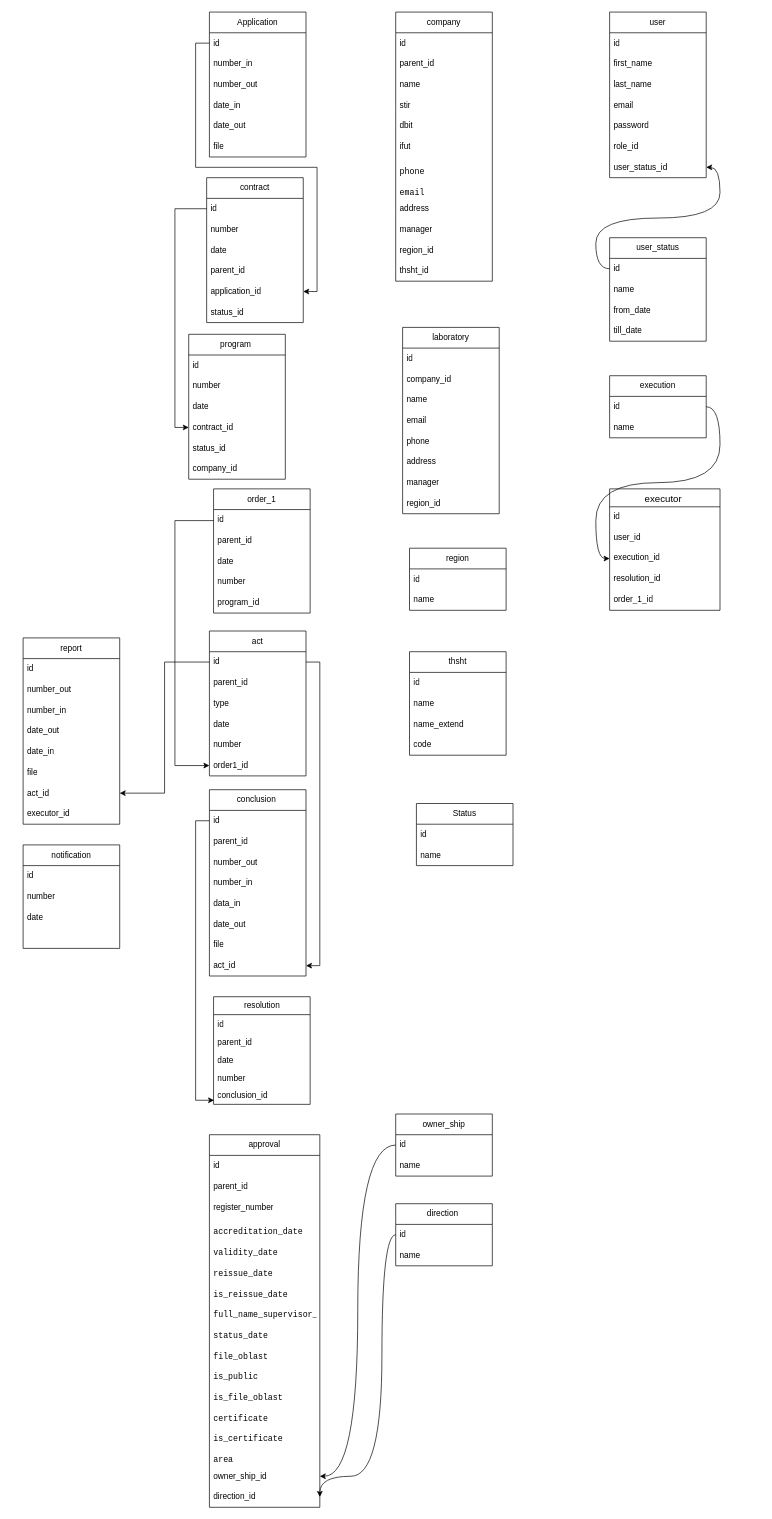
Above: Untitled Diagram.drawio in Javlonbek-dev/Time (draw.io), before the change. Source tidied: cells renumbered, new cells numbered last; positions are measured from the earlier drawing's top-left corner, leaving out a move shared by most shapes. Both pictures are drawn from the tidied source at 69%, with x=0, y=0 at pixel (23, 12).
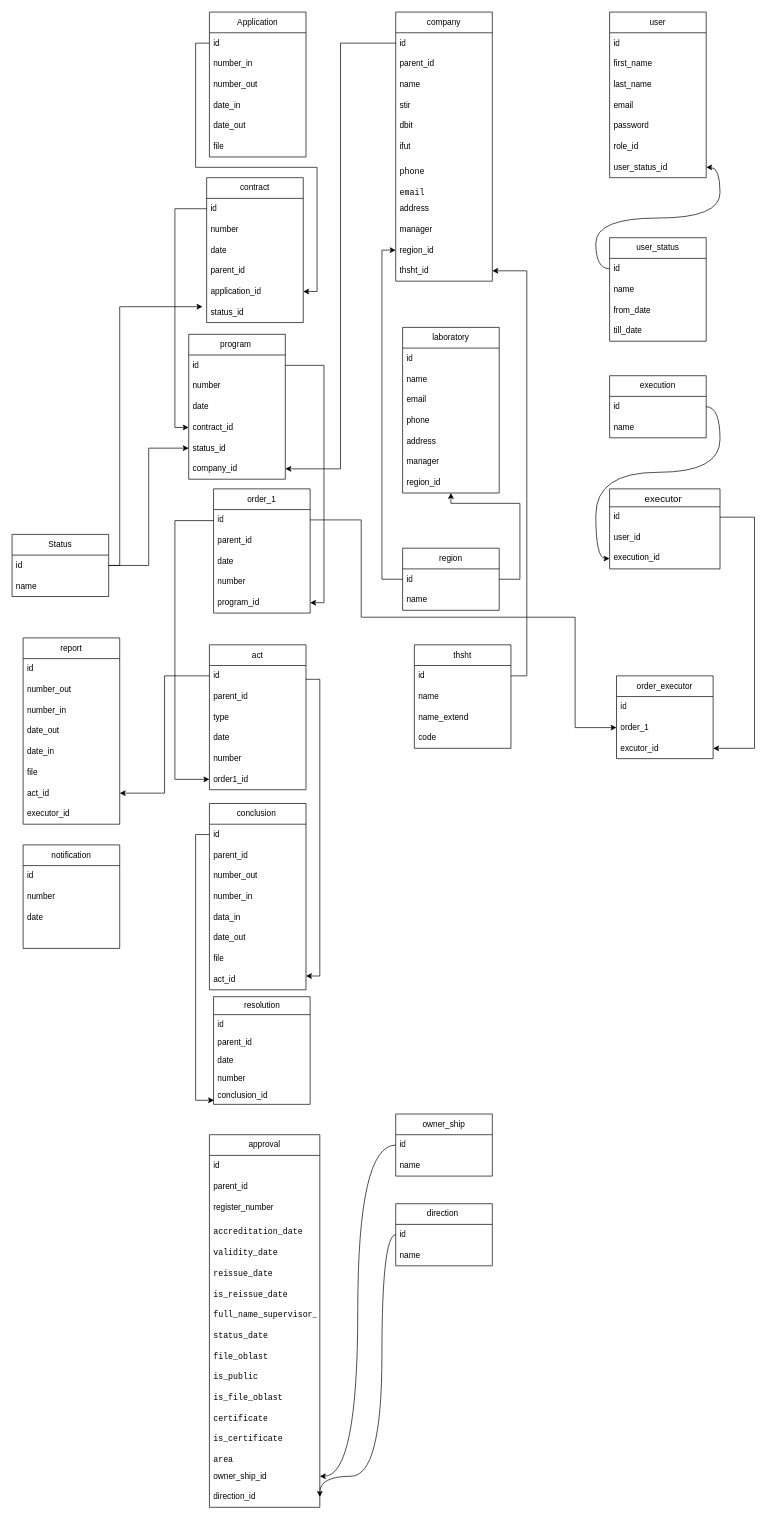
The same page after the edit.

Unchanged cells that the change refers to:
```xml
<mxCell id="3" value="id" style="text;strokeColor=none;fillColor=none;align=left;verticalAlign=middle;spacingLeft=4;spacingRight=4;overflow=hidden;points=[[0,0.5],[1,0.5]];portConstraint=eastwest;whiteSpace=wrap;html=1;" parent="2" vertex="1">
  <mxGeometry y="30" width="140" height="30" as="geometry" />
</mxCell>
<mxCell id="31" value="status_id" style="text;strokeColor=none;fillColor=none;align=left;verticalAlign=middle;spacingLeft=4;spacingRight=4;overflow=hidden;points=[[0,0.5],[1,0.5]];portConstraint=eastwest;whiteSpace=wrap;html=1;" parent="25" vertex="1">
  <mxGeometry y="180" width="140" height="30" as="geometry" />
</mxCell>
<mxCell id="33" value="id" style="text;strokeColor=none;fillColor=none;align=left;verticalAlign=middle;spacingLeft=4;spacingRight=4;overflow=hidden;points=[[0,0.5],[1,0.5]];portConstraint=eastwest;whiteSpace=wrap;html=1;" parent="32" vertex="1">
  <mxGeometry y="30" width="140" height="30" as="geometry" />
</mxCell>
<mxCell id="37" value="program_id" style="text;strokeColor=none;fillColor=none;align=left;verticalAlign=middle;spacingLeft=4;spacingRight=4;overflow=hidden;points=[[0,0.5],[1,0.5]];portConstraint=eastwest;whiteSpace=wrap;html=1;" parent="32" vertex="1">
  <mxGeometry y="150" width="140" height="30" as="geometry" />
</mxCell>
<mxCell id="39" value="id" style="text;strokeColor=none;fillColor=none;spacingLeft=4;spacingRight=4;overflow=hidden;points=[[0,0.5],[1,0.5]];portConstraint=eastwest;fontSize=12;whiteSpace=wrap;html=1;" parent="38" vertex="1">
  <mxGeometry y="26" width="160" height="30" as="geometry" />
</mxCell>
<mxCell id="41" value="execution_id" style="text;strokeColor=none;fillColor=none;spacingLeft=4;spacingRight=4;overflow=hidden;points=[[0,0.5],[1,0.5]];portConstraint=eastwest;fontSize=12;whiteSpace=wrap;html=1;" parent="38" vertex="1">
  <mxGeometry y="86" width="160" height="30" as="geometry" />
</mxCell>
<mxCell id="52" value="act_id" style="text;strokeColor=none;fillColor=none;align=left;verticalAlign=middle;spacingLeft=4;spacingRight=4;overflow=hidden;points=[[0,0.5],[1,0.5]];portConstraint=eastwest;whiteSpace=wrap;html=1;" parent="44" vertex="1">
  <mxGeometry y="240" width="140" height="30" as="geometry" />
</mxCell>
<mxCell id="63" value="id" style="text;strokeColor=none;fillColor=none;align=left;verticalAlign=middle;spacingLeft=4;spacingRight=4;overflow=hidden;points=[[0,0.5],[1,0.5]];portConstraint=eastwest;whiteSpace=wrap;html=1;" parent="62" vertex="1">
  <mxGeometry y="30" width="140" height="30" as="geometry" />
</mxCell>
<mxCell id="95" value="id" style="text;align=left;verticalAlign=middle;spacingLeft=4;spacingRight=4;overflow=hidden;points=[[0,0.5],[1,0.5]];portConstraint=eastwest;whiteSpace=wrap;html=1;" parent="94" vertex="1">
  <mxGeometry y="30" width="140" height="30" as="geometry" />
</mxCell>
<mxCell id="99" value="status_id" style="text;align=left;verticalAlign=middle;spacingLeft=4;spacingRight=4;overflow=hidden;points=[[0,0.5],[1,0.5]];portConstraint=eastwest;whiteSpace=wrap;html=1;" parent="94" vertex="1">
  <mxGeometry y="150" width="140" height="30" as="geometry" />
</mxCell>
<mxCell id="100" value="company_id" style="text;align=left;verticalAlign=middle;spacingLeft=4;spacingRight=4;overflow=hidden;points=[[0,0.5],[1,0.5]];portConstraint=eastwest;whiteSpace=wrap;html=1;" parent="94" vertex="1">
  <mxGeometry y="180" width="140" height="30" as="geometry" />
</mxCell>
<mxCell id="102" value="id" style="text;align=left;verticalAlign=middle;spacingLeft=4;spacingRight=4;overflow=hidden;points=[[0,0.5],[1,0.5]];portConstraint=eastwest;whiteSpace=wrap;html=1;" parent="101" vertex="1">
  <mxGeometry y="30" width="140" height="30" as="geometry" />
</mxCell>
<mxCell id="107" value="order1_id" style="text;align=left;verticalAlign=middle;spacingLeft=4;spacingRight=4;overflow=hidden;points=[[0,0.5],[1,0.5]];portConstraint=eastwest;whiteSpace=wrap;html=1;" parent="101" vertex="1">
  <mxGeometry y="180" width="140" height="30" as="geometry" />
</mxCell>
<mxCell id="109" value="id" style="text;strokeColor=none;fillColor=none;align=left;verticalAlign=middle;spacingLeft=4;spacingRight=4;overflow=hidden;points=[[0,0.5],[1,0.5]];portConstraint=eastwest;whiteSpace=wrap;html=1;" parent="108" vertex="1">
  <mxGeometry y="30" width="140" height="30" as="geometry" />
</mxCell>
<mxCell id="119" value="region_id" style="text;strokeColor=none;fillColor=none;align=left;verticalAlign=middle;spacingLeft=4;spacingRight=4;overflow=hidden;points=[[0,0.5],[1,0.5]];portConstraint=eastwest;whiteSpace=wrap;html=1;" parent="108" vertex="1">
  <mxGeometry y="330" width="140" height="30" as="geometry" />
</mxCell>
<mxCell id="120" value="thsht_id" style="text;strokeColor=none;fillColor=none;align=left;verticalAlign=middle;spacingLeft=4;spacingRight=4;overflow=hidden;points=[[0,0.5],[1,0.5]];portConstraint=eastwest;whiteSpace=wrap;html=1;" parent="108" vertex="1">
  <mxGeometry y="360" width="140" height="30" as="geometry" />
</mxCell>
<mxCell id="128" value="id" style="text;strokeColor=none;fillColor=none;align=left;verticalAlign=middle;spacingLeft=4;spacingRight=4;overflow=hidden;points=[[0,0.5],[1,0.5]];portConstraint=eastwest;whiteSpace=wrap;html=1;" parent="127" vertex="1">
  <mxGeometry y="30" width="140" height="30" as="geometry" />
</mxCell>
```

What changed in the source:
```diff
@@
     <mxCell id="2" value="Status" style="swimlane;fontStyle=0;horizontal=1;startSize=30;whiteSpace=wrap;html=1;" parent="1" vertex="1">
-      <mxGeometry x="570" y="1147" width="140" height="90" as="geometry" />
+      <mxGeometry x="-16" y="757" width="140" height="90" as="geometry" />
     </mxCell>
@@
     <mxCell id="38" value="executor " style="swimlane;fontStyle=0;horizontal=1;startSize=26;align=center;fontSize=14;" parent="1" vertex="1">
-      <mxGeometry x="850" y="691" width="160" height="176" as="geometry" />
+      <mxGeometry x="850" y="691" width="160" height="116" as="geometry" />
     </mxCell>
@@
-    <mxCell id="42" value="resolution_id" style="text;strokeColor=none;fillColor=none;spacingLeft=4;spacingRight=4;overflow=hidden;fontSize=12;whiteSpace=wrap;html=1;" parent="38" vertex="1">
-      <mxGeometry y="116" width="160" height="30" as="geometry" />
-    </mxCell>
-    <mxCell id="43" value="order_1_id" style="text;strokeColor=none;fillColor=none;spacingLeft=4;spacingRight=4;overflow=hidden;fontSize=12;whiteSpace=wrap;html=1;" parent="38" vertex="1">
-      <mxGeometry y="146" width="160" height="30" as="geometry" />
-    </mxCell>
     <mxCell id="44" value="conclusion&amp;nbsp;" style="swimlane;fontStyle=0;horizontal=1;startSize=30;whiteSpace=wrap;html=1;" parent="1" vertex="1">
-      <mxGeometry x="270" y="1127" width="140" height="270" as="geometry" />
+      <mxGeometry x="270" y="1147" width="140" height="270" as="geometry" />
     </mxCell>
@@
+    <mxCell id="154" style="edgeStyle=orthogonalEdgeStyle;rounded=0;jettySize=auto;html=1;" parent="1" edge="1" source="53" target="75">
+      <mxGeometry relative="1" as="geometry">
+        <Array as="points">
+          <mxPoint x="720" y="822" />
+          <mxPoint x="720" y="712" />
+        </Array>
+      </mxGeometry>
+    </mxCell>
+    <mxCell id="155" style="edgeStyle=orthogonalEdgeStyle;rounded=0;jettySize=auto;html=1;" parent="1" edge="1" source="53" target="119">
+      <mxGeometry relative="1" as="geometry">
+        <Array as="points">
+          <mxPoint x="520" y="822" />
+          <mxPoint x="520" y="345" />
+        </Array>
+      </mxGeometry>
+    </mxCell>
     <mxCell id="53" value="region" style="swimlane;fontStyle=0;horizontal=1;startSize=30;whiteSpace=wrap;html=1;" parent="1" vertex="1">
-      <mxGeometry x="560" y="777" width="140" height="90" as="geometry" />
+      <mxGeometry x="550" y="777" width="140" height="90" as="geometry" />
     </mxCell>
@@
     <mxCell id="62" value="thsht" style="swimlane;fontStyle=0;horizontal=1;startSize=30;whiteSpace=wrap;html=1;" parent="1" vertex="1">
-      <mxGeometry x="560" y="927" width="140" height="150" as="geometry" />
+      <mxGeometry x="567" y="917" width="140" height="150" as="geometry" />
     </mxCell>
@@
     <mxCell id="67" value="laboratory" style="swimlane;fontStyle=0;horizontal=1;startSize=30;whiteSpace=wrap;html=1;" parent="1" vertex="1">
-      <mxGeometry x="550" y="457" width="140" height="270" as="geometry" />
+      <mxGeometry x="550" y="457" width="140" height="240" as="geometry" />
     </mxCell>
@@
-    <mxCell id="69" value="company_id" style="text;strokeColor=none;fillColor=none;align=left;verticalAlign=middle;spacingLeft=4;spacingRight=4;overflow=hidden;whiteSpace=wrap;html=1;" parent="67" vertex="1">
-      <mxGeometry y="60" width="140" height="30" as="geometry" />
-    </mxCell>
     <mxCell id="70" value="name" style="text;strokeColor=none;fillColor=none;align=left;verticalAlign=middle;spacingLeft=4;spacingRight=4;overflow=hidden;whiteSpace=wrap;html=1;" parent="67" vertex="1">
-      <mxGeometry y="90" width="140" height="30" as="geometry" />
+      <mxGeometry y="60" width="140" height="30" as="geometry" />
     </mxCell>
     <mxCell id="71" value="email" style="text;strokeColor=none;fillColor=none;align=left;verticalAlign=middle;spacingLeft=4;spacingRight=4;overflow=hidden;whiteSpace=wrap;html=1;" parent="67" vertex="1">
-      <mxGeometry y="120" width="140" height="30" as="geometry" />
+      <mxGeometry y="90" width="140" height="30" as="geometry" />
     </mxCell>
     <mxCell id="72" value="phone" style="text;strokeColor=none;fillColor=none;align=left;verticalAlign=middle;spacingLeft=4;spacingRight=4;overflow=hidden;whiteSpace=wrap;html=1;" parent="67" vertex="1">
-      <mxGeometry y="150" width="140" height="30" as="geometry" />
+      <mxGeometry y="120" width="140" height="30" as="geometry" />
     </mxCell>
     <mxCell id="73" value="address" style="text;strokeColor=none;fillColor=none;align=left;verticalAlign=middle;spacingLeft=4;spacingRight=4;overflow=hidden;whiteSpace=wrap;html=1;" parent="67" vertex="1">
-      <mxGeometry y="180" width="140" height="30" as="geometry" />
+      <mxGeometry y="150" width="140" height="30" as="geometry" />
     </mxCell>
     <mxCell id="74" value="manager" style="text;strokeColor=none;fillColor=none;align=left;verticalAlign=middle;spacingLeft=4;spacingRight=4;overflow=hidden;whiteSpace=wrap;html=1;" parent="67" vertex="1">
-      <mxGeometry y="210" width="140" height="30" as="geometry" />
+      <mxGeometry y="180" width="140" height="30" as="geometry" />
     </mxCell>
     <mxCell id="75" value="region_id" style="text;strokeColor=none;fillColor=none;align=left;verticalAlign=middle;spacingLeft=4;spacingRight=4;overflow=hidden;points=[[0,0.5],[1,0.5]];portConstraint=eastwest;whiteSpace=wrap;html=1;" parent="67" vertex="1">
-      <mxGeometry y="240" width="140" height="30" as="geometry" />
+      <mxGeometry y="210" width="140" height="30" as="geometry" />
     </mxCell>
@@
     <mxCell id="101" value="act" style="swimlane;fontStyle=0;horizontal=1;startSize=30;whiteSpace=wrap;html=1;" parent="1" vertex="1">
-      <mxGeometry x="270" y="897" width="140" height="210" as="geometry" />
+      <mxGeometry x="270" y="917" width="140" height="210" as="geometry" />
     </mxCell>
@@
     <mxCell id="130" style="edgeStyle=orthogonalEdgeStyle;curved=1;rounded=0;jettySize=auto;html=1;" parent="1" edge="1" source="128" target="41">
-      <mxGeometry relative="1" as="geometry" />
+      <mxGeometry relative="1" as="geometry">
+        <Array as="points">
+          <mxPoint x="1010" y="572" />
+          <mxPoint x="1010" y="667" />
+          <mxPoint x="830" y="667" />
+          <mxPoint x="830" y="792" />
+        </Array>
+      </mxGeometry>
     </mxCell>
@@
-    <mxCell id="134" style="edgeStyle=orthogonalEdgeStyle;rounded=0;jettySize=auto;html=1;entryX=1;entryY=0.5;entryDx=0;entryDy=0;" parent="1" edge="1" source="102" target="52">
+    <mxCell id="134" style="edgeStyle=orthogonalEdgeStyle;rounded=0;jettySize=auto;html=1;" parent="1" edge="1" source="102">
       <mxGeometry relative="1" as="geometry">
+        <mxPoint x="410" y="1397" as="targetPoint" />
         <Array as="points">
-          <mxPoint x="430" y="942" />
-          <mxPoint x="430" y="1382" />
+          <mxPoint x="430" y="967" />
+          <mxPoint x="430" y="1397" />
+          <mxPoint x="410" y="1397" />
         </Array>
       </mxGeometry>
     </mxCell>
     <mxCell id="135" style="edgeStyle=orthogonalEdgeStyle;rounded=0;jettySize=auto;html=1;entryX=0;entryY=0.5;entryDx=0;entryDy=0;" parent="1" edge="1" source="33" target="107">
       <mxGeometry relative="1" as="geometry">
         <Array as="points">
           <mxPoint x="220" y="737" />
-          <mxPoint x="220" y="1092" />
+          <mxPoint x="220" y="1112" />
         </Array>
       </mxGeometry>
     </mxCell>
@@
+    <mxCell id="156" style="edgeStyle=orthogonalEdgeStyle;rounded=0;jettySize=auto;html=1;entryX=1;entryY=0.5;entryDx=0;entryDy=0;" parent="1" edge="1" source="63" target="120">
+      <mxGeometry relative="1" as="geometry">
+        <Array as="points">
+          <mxPoint x="730" y="962" />
+          <mxPoint x="730" y="375" />
+        </Array>
+      </mxGeometry>
+    </mxCell>
+    <mxCell id="157" style="edgeStyle=orthogonalEdgeStyle;rounded=0;jettySize=auto;html=1;entryX=0;entryY=0.5;entryDx=0;entryDy=0;" parent="1" edge="1" source="3" target="99">
+      <mxGeometry relative="1" as="geometry" />
+    </mxCell>
+    <mxCell id="158" style="edgeStyle=orthogonalEdgeStyle;rounded=0;jettySize=auto;html=1;entryX=-0.043;entryY=0.233;entryDx=0;entryDy=0;entryPerimeter=0;" parent="1" edge="1" source="3" target="31">
+      <mxGeometry relative="1" as="geometry">
+        <Array as="points">
+          <mxPoint x="140" y="802" />
+          <mxPoint x="140" y="427" />
+        </Array>
+      </mxGeometry>
+    </mxCell>
+    <mxCell id="159" style="edgeStyle=orthogonalEdgeStyle;rounded=0;jettySize=auto;html=1;" parent="1" edge="1" source="109" target="100">
+      <mxGeometry relative="1" as="geometry" />
+    </mxCell>
+    <mxCell id="160" style="edgeStyle=orthogonalEdgeStyle;rounded=0;jettySize=auto;html=1;entryX=1;entryY=0.5;entryDx=0;entryDy=0;" parent="1" edge="1" source="95" target="37">
+      <mxGeometry relative="1" as="geometry" />
+    </mxCell>
+    <mxCell id="161" style="edgeStyle=orthogonalEdgeStyle;rounded=0;jettySize=auto;html=1;entryX=0;entryY=0.5;entryDx=0;entryDy=0;" parent="1" edge="1" source="33" target="164">
+      <mxGeometry relative="1" as="geometry">
+        <Array as="points">
+          <mxPoint x="490" y="736" />
+          <mxPoint x="490" y="877" />
+          <mxPoint x="800" y="877" />
+          <mxPoint x="800" y="1037" />
+        </Array>
+      </mxGeometry>
+    </mxCell>
+    <mxCell id="162" value="order_executor" style="swimlane;fontStyle=0;horizontal=1;startSize=30;whiteSpace=wrap;html=1;" parent="1" vertex="1">
+      <mxGeometry x="860" y="962" width="140" height="120" as="geometry" />
+    </mxCell>
+    <mxCell id="163" value="id" style="text;strokeColor=none;fillColor=none;align=left;verticalAlign=middle;spacingLeft=4;spacingRight=4;overflow=hidden;whiteSpace=wrap;html=1;" parent="162" vertex="1">
+      <mxGeometry y="30" width="140" height="30" as="geometry" />
+    </mxCell>
+    <mxCell id="164" value="order_1" style="text;strokeColor=none;fillColor=none;align=left;verticalAlign=middle;spacingLeft=4;spacingRight=4;overflow=hidden;points=[[0,0.5],[1,0.5]];portConstraint=eastwest;whiteSpace=wrap;html=1;" parent="162" vertex="1">
+      <mxGeometry y="60" width="140" height="30" as="geometry" />
+    </mxCell>
+    <mxCell id="165" value="excutor_id" style="text;strokeColor=none;fillColor=none;align=left;verticalAlign=middle;spacingLeft=4;spacingRight=4;overflow=hidden;points=[[0,0.5],[1,0.5]];portConstraint=eastwest;whiteSpace=wrap;html=1;" parent="162" vertex="1">
+      <mxGeometry y="90" width="140" height="30" as="geometry" />
+    </mxCell>
+    <mxCell id="166" style="edgeStyle=orthogonalEdgeStyle;rounded=0;jettySize=auto;html=1;entryX=1;entryY=0.5;entryDx=0;entryDy=0;" parent="1" edge="1" source="39" target="165">
+      <mxGeometry relative="1" as="geometry">
+        <Array as="points">
+          <mxPoint x="1060" y="732" />
+          <mxPoint x="1060" y="1067" />
+        </Array>
+      </mxGeometry>
+    </mxCell>
```
